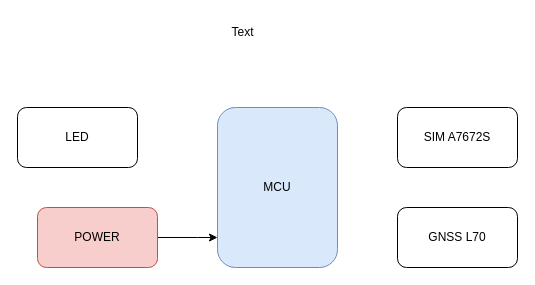
Above: So_Do_Khoi.drawio in Kyuubi0323/Bachelor_Project (draw.io), before the change. Source tidied: cells renumbered, new cells numbered last; positions are measured from the earlier drawing's top-left corner, leaving out a move shared by most shapes. Both pictures are drawn from the tidied source at 100%, with x=0, y=0 at pixel (17, 17).
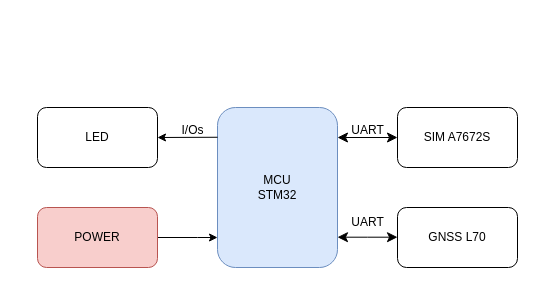
The same page after the edit.

Diff of the diagram source:
```diff
@@
 <mxGraphModel>
   <root>
     <mxCell id="0" />
     <mxCell id="1" parent="0" />
-    <mxCell id="2" value="MCU" style="rounded=1;whiteSpace=wrap;html=1;fillColor=#dae8fc;strokeColor=#6c8ebf;" parent="1" vertex="1">
+    <mxCell id="2" value="MCU&lt;div&gt;STM32&lt;/div&gt;" style="rounded=1;whiteSpace=wrap;html=1;fillColor=#dae8fc;strokeColor=#6c8ebf;" parent="1" vertex="1">
       <mxGeometry x="200" y="90" width="120" height="160" as="geometry" />
     </mxCell>
     <mxCell id="3" value="SIM A7672S" style="rounded=1;whiteSpace=wrap;html=1;" parent="1" vertex="1">
       <mxGeometry x="380" y="90" width="120" height="60" as="geometry" />
     </mxCell>
     <mxCell id="4" value="GNSS L70" style="rounded=1;whiteSpace=wrap;html=1;" parent="1" vertex="1">
       <mxGeometry x="380" y="190" width="120" height="60" as="geometry" />
     </mxCell>
     <mxCell id="5" value="LED" style="rounded=1;whiteSpace=wrap;html=1;" parent="1" vertex="1">
-      <mxGeometry y="90" width="120" height="60" as="geometry" />
+      <mxGeometry x="20" y="90" width="120" height="60" as="geometry" />
     </mxCell>
     <mxCell id="6" style="edgeStyle=orthogonalEdgeStyle;rounded=0;jettySize=auto;html=1;" parent="1" edge="1" source="7" target="2">
       <mxGeometry relative="1" as="geometry">
         <Array as="points">
           <mxPoint x="180" y="220" />
           <mxPoint x="180" y="220" />
         </Array>
       </mxGeometry>
     </mxCell>
     <mxCell id="7" value="POWER" style="rounded=1;whiteSpace=wrap;html=1;fillColor=#f8cecc;strokeColor=#b85450;" parent="1" vertex="1">
       <mxGeometry x="20" y="190" width="120" height="60" as="geometry" />
     </mxCell>
-    <mxCell id="8" value="Text" style="text;html=1;align=center;verticalAlign=middle;strokeColor=none;fillColor=none;" parent="1" vertex="1">
-      <mxGeometry x="200" width="50" height="30" as="geometry" />
-    </mxCell>
+    <mxCell id="9" style="edgeStyle=none;jettySize=auto;html=1;rounded=0;entryX=1;entryY=0.5;entryDx=0;entryDy=0;exitX=0.001;exitY=0.186;exitDx=0;exitDy=0;exitPerimeter=0;" parent="1" edge="1" source="2" target="5">
+      <mxGeometry relative="1" as="geometry" />
+    </mxCell>
+    <mxCell id="10" value="I/Os" style="text;html=1;align=center;verticalAlign=middle;strokeColor=none;fillColor=none;" parent="1" vertex="1">
+      <mxGeometry x="150" y="98" width="50" height="30" as="geometry" />
+    </mxCell>
+    <mxCell id="11" value="UART" style="text;html=1;align=center;verticalAlign=middle;strokeColor=none;fillColor=none;" parent="1" vertex="1">
+      <mxGeometry x="320" y="98" width="60" height="30" as="geometry" />
+    </mxCell>
+    <mxCell id="12" style="edgeStyle=none;orthogonalLoop=1;jettySize=auto;html=1;endArrow=classic;startArrow=classic;endSize=8;startSize=8;rounded=0;" parent="1" edge="1">
+      <mxGeometry relative="1" as="geometry">
+        <mxPoint x="320" y="120" as="sourcePoint" />
+        <mxPoint x="380" y="120" as="targetPoint" />
+      </mxGeometry>
+    </mxCell>
+    <mxCell id="13" style="edgeStyle=none;orthogonalLoop=1;jettySize=auto;html=1;endArrow=classic;startArrow=classic;endSize=8;startSize=8;rounded=0;" parent="1" edge="1">
+      <mxGeometry relative="1" as="geometry">
+        <mxPoint x="320" y="219.7" as="sourcePoint" />
+        <mxPoint x="380" y="219.7" as="targetPoint" />
+        <Array as="points">
+          <mxPoint x="350" y="219.7" />
+        </Array>
+      </mxGeometry>
+    </mxCell>
+    <mxCell id="14" value="UART" style="text;html=1;align=center;verticalAlign=middle;strokeColor=none;fillColor=none;" parent="1" vertex="1">
+      <mxGeometry x="320" y="190" width="60" height="30" as="geometry" />
+    </mxCell>
   </root>
 </mxGraphModel>
```
